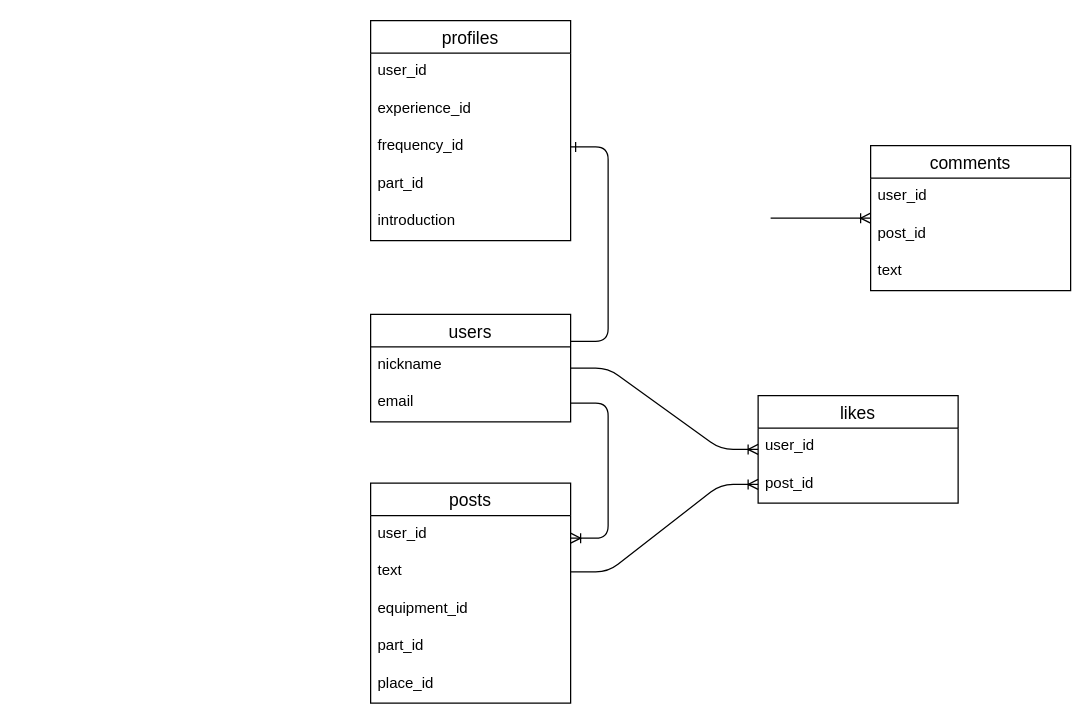
Tsukasa311/share-training keeps this draw.io diagram as share-training.dio. Above is the earlier version. Source tidied: cells renumbered, new cells numbered last; positions are measured from the earlier drawing's top-left corner, leaving out a move shared by most shapes. Both pictures are drawn from the tidied source at 125%, with x=0, y=0 at pixel (370, 20).
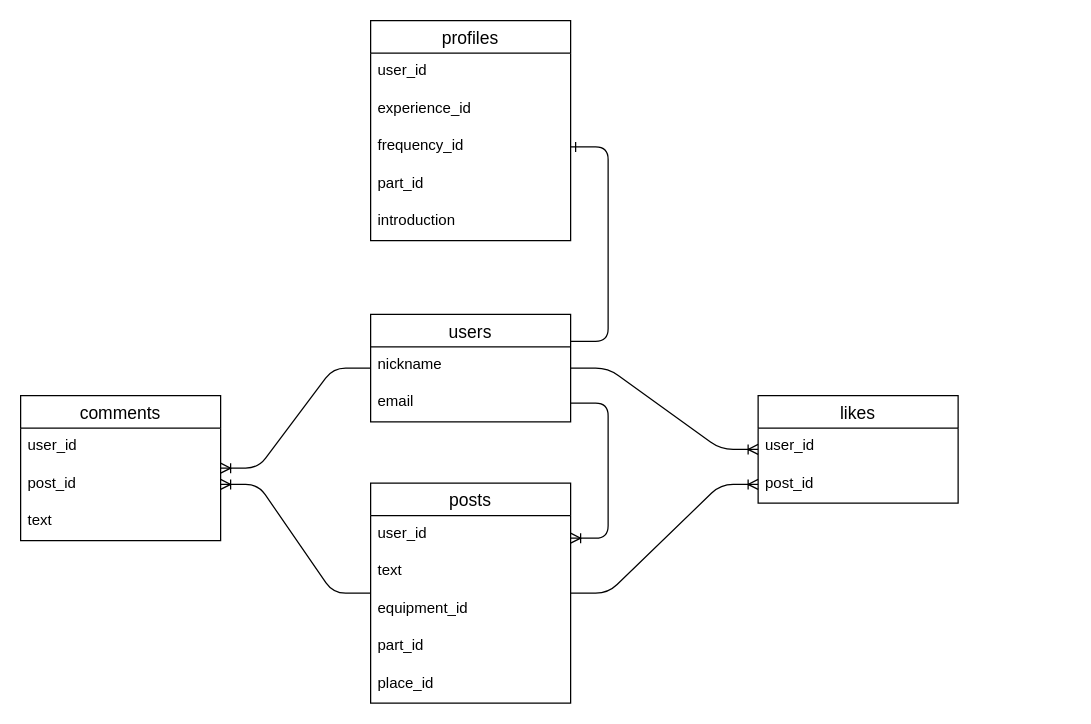
The same page after the edit.

The change refers to these unchanged cells:
```xml
<mxCell id="2" value="users" style="swimlane;fontStyle=0;horizontal=1;startSize=26;align=center;fontSize=14;" parent="1" vertex="1">
  <mxGeometry y="235" width="160" height="86" as="geometry" />
</mxCell>
<mxCell id="5" value="posts" style="swimlane;fontStyle=0;horizontal=1;startSize=26;align=center;fontSize=14;" parent="1" vertex="1">
  <mxGeometry y="370" width="160" height="176" as="geometry" />
</mxCell>
<mxCell id="7" value="text" style="text;strokeColor=none;fillColor=none;spacingLeft=4;spacingRight=4;overflow=hidden;points=[[0,0.5],[1,0.5]];portConstraint=eastwest;fontSize=12;" parent="5" vertex="1">
  <mxGeometry y="56" width="160" height="30" as="geometry" />
</mxCell>
<mxCell id="13" value="post_id" style="text;strokeColor=none;fillColor=none;spacingLeft=4;spacingRight=4;overflow=hidden;points=[[0,0.5],[1,0.5]];portConstraint=eastwest;fontSize=12;" parent="11" vertex="1">
  <mxGeometry y="56" width="160" height="30" as="geometry" />
</mxCell>
<mxCell id="17" value="post_id" style="text;strokeColor=none;fillColor=none;spacingLeft=4;spacingRight=4;overflow=hidden;points=[[0,0.5],[1,0.5]];portConstraint=eastwest;fontSize=12;" parent="15" vertex="1">
  <mxGeometry y="56" width="160" height="30" as="geometry" />
</mxCell>
```

Diff of the diagram source:
```diff
@@
     <mxCell id="11" value="comments" style="swimlane;fontStyle=0;horizontal=1;startSize=26;align=center;fontSize=14;" parent="1" vertex="1">
-      <mxGeometry x="400" y="100" width="160" height="116" as="geometry" />
+      <mxGeometry x="-280" y="300" width="160" height="116" as="geometry" />
     </mxCell>
@@
-    <mxCell id="18" style="edgeStyle=entityRelationEdgeStyle;fontSize=12;html=1;endArrow=ERoneToMany;" parent="1" edge="1" target="11">
-      <mxGeometry relative="1" as="geometry">
-        <mxPoint x="320" y="158" as="sourcePoint" />
-      </mxGeometry>
+    <mxCell id="18" style="edgeStyle=entityRelationEdgeStyle;fontSize=12;html=1;endArrow=ERoneToMany;" parent="1" edge="1" source="2" target="11">
+      <mxGeometry relative="1" as="geometry" />
     </mxCell>
@@
-    <mxCell id="28" style="edgeStyle=entityRelationEdgeStyle;fontSize=12;html=1;endArrow=ERoneToMany;" parent="1" edge="1" source="7" target="17">
+    <mxCell id="28" style="edgeStyle=entityRelationEdgeStyle;fontSize=12;html=1;endArrow=ERoneToMany;" parent="1" edge="1" source="5" target="17">
       <mxGeometry relative="1" as="geometry" />
     </mxCell>
+    <mxCell id="29" style="edgeStyle=entityRelationEdgeStyle;fontSize=12;html=1;endArrow=ERoneToMany;entryX=1;entryY=0.5;entryDx=0;entryDy=0;" parent="1" edge="1" source="5" target="13">
+      <mxGeometry relative="1" as="geometry" />
+    </mxCell>
```
